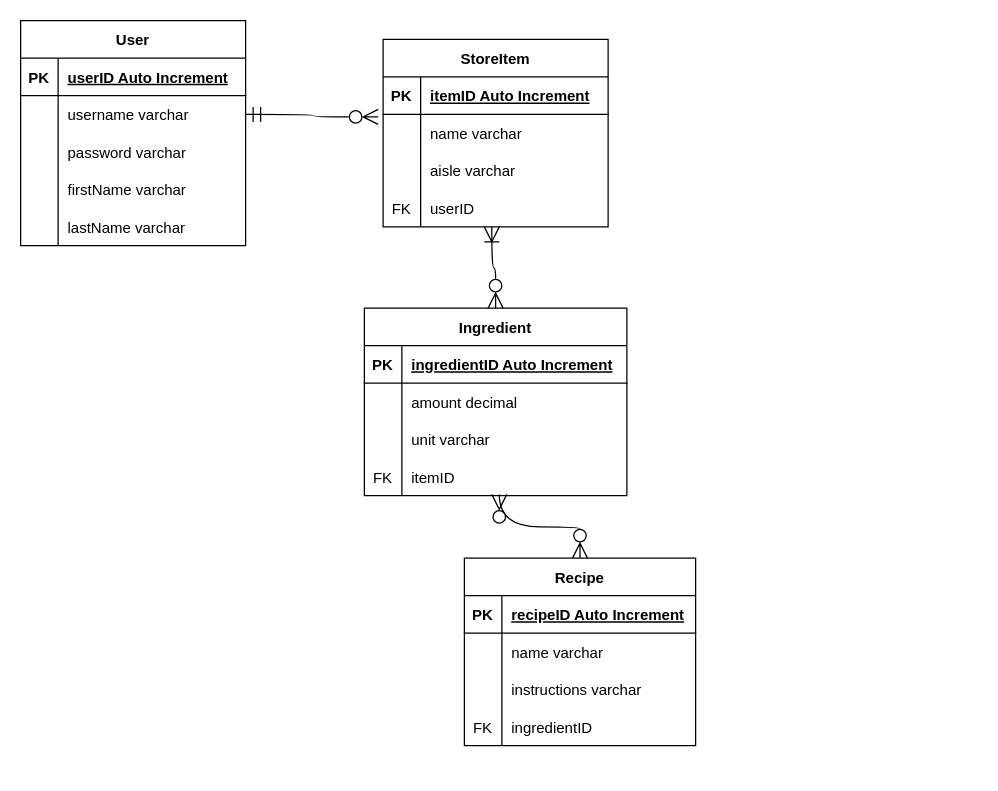
The draw.io diagram GBR ERD.drawio in squeekems/groceriesbyrecipe, before the edit. Source tidied: cells renumbered, new cells numbered last; positions are measured from the earlier drawing's top-left corner, leaving out a move shared by most shapes. Both pictures are drawn from the tidied source at 125%, with x=0, y=0 at pixel (20, 20).
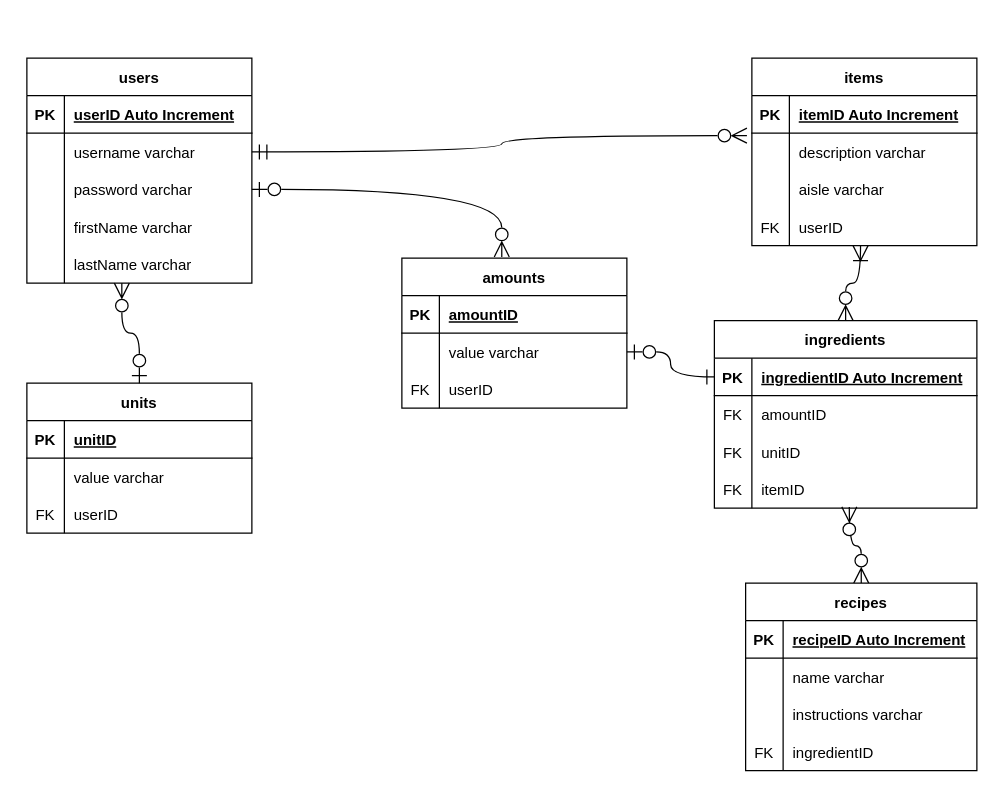
Above is the later version.

The change refers to these unchanged cells:
```xml
<mxCell id="9" style="shape=tableRow;horizontal=0;startSize=0;swimlaneHead=0;swimlaneBody=0;fillColor=none;points=[[0,0.5],[1,0.5]];portConstraint=eastwest;top=0;left=0;right=0;bottom=0;" parent="2" vertex="1">
  <mxGeometry y="90" width="180" height="30" as="geometry" />
</mxCell>
<mxCell id="15" style="shape=tableRow;horizontal=0;startSize=0;swimlaneHead=0;swimlaneBody=0;fillColor=none;points=[[0,0.5],[1,0.5]];portConstraint=eastwest;top=0;left=0;right=0;bottom=0;" parent="2" vertex="1">
  <mxGeometry y="150" width="180" height="30" as="geometry" />
</mxCell>
<mxCell id="24" style="shape=tableRow;horizontal=0;startSize=0;swimlaneHead=0;swimlaneBody=0;fillColor=none;points=[[0,0.5],[1,0.5]];portConstraint=eastwest;top=0;left=0;right=0;bottom=0;rounded=0;shadow=0;sketch=0;" parent="20" vertex="1">
  <mxGeometry y="60" width="180" height="30" as="geometry" />
</mxCell>
<mxCell id="36" style="shape=tableRow;horizontal=0;startSize=0;swimlaneHead=0;swimlaneBody=0;fillColor=none;points=[[0,0.5],[1,0.5]];portConstraint=eastwest;top=0;left=0;right=0;bottom=1;rounded=0;shadow=0;sketch=0;" parent="35" vertex="1">
  <mxGeometry y="30" width="210" height="30" as="geometry" />
</mxCell>
<mxCell id="39" style="shape=tableRow;horizontal=0;startSize=0;swimlaneHead=0;swimlaneBody=0;fillColor=none;top=0;left=0;right=0;bottom=0;rounded=0;shadow=0;sketch=0;" parent="35" vertex="1">
  <mxGeometry y="60" width="210" height="30" as="geometry" />
</mxCell>
<mxCell id="42" style="shape=tableRow;horizontal=0;startSize=0;swimlaneHead=0;swimlaneBody=0;fillColor=none;top=0;left=0;right=0;bottom=0;rounded=0;shadow=0;sketch=0;" parent="35" vertex="1">
  <mxGeometry y="90" width="210" height="30" as="geometry" />
</mxCell>
```

What changed in the source:
```diff
@@
-    <mxCell id="2" value="User" style="shape=table;startSize=30;childLayout=tableLayout;rowLines=0;fontStyle=1;align=center;rounded=0;shadow=0;sketch=0;fillColor=#FFFFFF;backgroundOutline=0;fillOpacity=100;strokeOpacity=100;noLabel=0;" parent="1" vertex="1">
-      <mxGeometry width="180" height="180" as="geometry" />
+    <mxCell id="2" value="users" style="shape=table;startSize=30;childLayout=tableLayout;rowLines=0;fontStyle=1;align=center;rounded=0;shadow=0;sketch=0;fillColor=#FFFFFF;backgroundOutline=0;fillOpacity=100;strokeOpacity=100;noLabel=0;" parent="1" vertex="1">
+      <mxGeometry x="5" y="30" width="180" height="180" as="geometry" />
     </mxCell>
@@
-    <mxCell id="20" value="StoreItem" style="shape=table;startSize=30;childLayout=tableLayout;rowLines=0;fontStyle=1;align=center;rounded=0;shadow=0;sketch=0;fillColor=#FFFFFF;" parent="1" vertex="1">
-      <mxGeometry x="290" y="15" width="180" height="150" as="geometry" />
+    <mxCell id="20" value="items" style="shape=table;startSize=30;childLayout=tableLayout;rowLines=0;fontStyle=1;align=center;rounded=0;shadow=0;sketch=0;fillColor=#FFFFFF;" parent="1" vertex="1">
+      <mxGeometry x="585" y="30" width="180" height="150" as="geometry" />
     </mxCell>
@@
-    <mxCell id="26" value="name varchar" style="shape=partialRectangle;fillColor=none;top=0;left=0;bottom=0;right=0;align=left;spacingLeft=6;overflow=hidden;rounded=0;shadow=0;sketch=0;" parent="24" vertex="1">
+    <mxCell id="26" value="description varchar" style="shape=partialRectangle;fillColor=none;top=0;left=0;bottom=0;right=0;align=left;spacingLeft=6;overflow=hidden;rounded=0;shadow=0;sketch=0;" parent="24" vertex="1">
       <mxGeometry x="30" width="150" height="30" as="geometry" />
     </mxCell>
@@
-    <mxCell id="35" value="Ingredient" style="shape=table;startSize=30;childLayout=tableLayout;rowLines=0;fontStyle=1;align=center;rounded=0;shadow=0;sketch=0;fillColor=#FFFFFF;" parent="1" vertex="1">
-      <mxGeometry x="275" y="230" width="210" height="150" as="geometry" />
+    <mxCell id="35" value="ingredients" style="shape=table;startSize=30;childLayout=tableLayout;rowLines=0;fontStyle=1;align=center;rounded=0;shadow=0;sketch=0;fillColor=#FFFFFF;" parent="1" vertex="1">
+      <mxGeometry x="555" y="240" width="210" height="150" as="geometry" />
     </mxCell>
@@
-    <mxCell id="40" style="shape=partialRectangle;fillColor=none;top=0;left=0;bottom=0;right=0;overflow=hidden;rounded=0;shadow=0;sketch=0;" parent="39" vertex="1">
+    <mxCell id="40" value="FK" style="shape=partialRectangle;fillColor=none;top=0;left=0;bottom=0;right=0;overflow=hidden;rounded=0;shadow=0;sketch=0;" parent="39" vertex="1">
       <mxGeometry width="30" height="30" as="geometry" />
     </mxCell>
-    <mxCell id="41" value="amount decimal" style="shape=partialRectangle;fillColor=none;top=0;left=0;bottom=0;right=0;align=left;spacingLeft=6;overflow=hidden;rounded=0;shadow=0;sketch=0;" parent="39" vertex="1">
+    <mxCell id="41" value="amountID" style="shape=partialRectangle;fillColor=none;top=0;left=0;bottom=0;right=0;align=left;spacingLeft=6;overflow=hidden;rounded=0;shadow=0;sketch=0;" parent="39" vertex="1">
       <mxGeometry x="30" width="180" height="30" as="geometry" />
     </mxCell>
@@
-    <mxCell id="43" style="shape=partialRectangle;fillColor=none;top=0;left=0;bottom=0;right=0;overflow=hidden;rounded=0;shadow=0;sketch=0;" parent="42" vertex="1">
+    <mxCell id="43" value="FK" style="shape=partialRectangle;fillColor=none;top=0;left=0;bottom=0;right=0;overflow=hidden;rounded=0;shadow=0;sketch=0;" parent="42" vertex="1">
       <mxGeometry width="30" height="30" as="geometry" />
     </mxCell>
-    <mxCell id="44" value="unit varchar" style="shape=partialRectangle;fillColor=none;top=0;left=0;bottom=0;right=0;align=left;spacingLeft=6;overflow=hidden;rounded=0;shadow=0;sketch=0;" parent="42" vertex="1">
+    <mxCell id="44" value="unitID" style="shape=partialRectangle;fillColor=none;top=0;left=0;bottom=0;right=0;align=left;spacingLeft=6;overflow=hidden;rounded=0;shadow=0;sketch=0;" parent="42" vertex="1">
       <mxGeometry x="30" width="180" height="30" as="geometry" />
     </mxCell>
@@
-    <mxCell id="49" value="Recipe" style="shape=table;startSize=30;childLayout=tableLayout;rowLines=0;fontStyle=1;align=center;rounded=0;shadow=0;sketch=0;fillColor=#FFFFFF;" parent="1" vertex="1">
-      <mxGeometry x="355" y="430" width="185" height="150" as="geometry" />
+    <mxCell id="49" value="recipes" style="shape=table;startSize=30;childLayout=tableLayout;rowLines=0;fontStyle=1;align=center;rounded=0;shadow=0;sketch=0;fillColor=#FFFFFF;" parent="1" vertex="1">
+      <mxGeometry x="580" y="450" width="185" height="150" as="geometry" />
     </mxCell>
@@
+    <mxCell id="62" value="amounts" style="shape=table;startSize=30;childLayout=tableLayout;rowLines=0;fontStyle=1;align=center;" parent="1" vertex="1">
+      <mxGeometry x="305" y="190" width="180" height="120" as="geometry" />
+    </mxCell>
+    <mxCell id="63" style="shape=tableRow;horizontal=0;startSize=0;swimlaneHead=0;swimlaneBody=0;fillColor=none;top=0;left=0;right=0;bottom=1;" parent="62" vertex="1">
+      <mxGeometry y="30" width="180" height="30" as="geometry" />
+    </mxCell>
+    <mxCell id="64" value="PK" style="shape=partialRectangle;fillColor=none;top=0;left=0;bottom=0;right=0;fontStyle=1;overflow=hidden;" parent="63" vertex="1">
+      <mxGeometry width="30" height="30" as="geometry" />
+    </mxCell>
+    <mxCell id="65" value="amountID" style="shape=partialRectangle;fillColor=none;top=0;left=0;bottom=0;right=0;align=left;spacingLeft=6;fontStyle=5;overflow=hidden;" parent="63" vertex="1">
+      <mxGeometry x="30" width="150" height="30" as="geometry" />
+    </mxCell>
+    <mxCell id="66" style="shape=tableRow;horizontal=0;startSize=0;swimlaneHead=0;swimlaneBody=0;fillColor=none;points=[[0,0.5],[1,0.5]];portConstraint=eastwest;top=0;left=0;right=0;bottom=0;" parent="62" vertex="1">
+      <mxGeometry y="60" width="180" height="30" as="geometry" />
+    </mxCell>
+    <mxCell id="67" style="shape=partialRectangle;fillColor=none;top=0;left=0;bottom=0;right=0;overflow=hidden;" parent="66" vertex="1">
+      <mxGeometry width="30" height="30" as="geometry" />
+    </mxCell>
+    <mxCell id="68" value="value varchar" style="shape=partialRectangle;fillColor=none;top=0;left=0;bottom=0;right=0;align=left;spacingLeft=6;overflow=hidden;" parent="66" vertex="1">
+      <mxGeometry x="30" width="150" height="30" as="geometry" />
+    </mxCell>
+    <mxCell id="69" style="shape=tableRow;horizontal=0;startSize=0;swimlaneHead=0;swimlaneBody=0;fillColor=none;top=0;left=0;right=0;bottom=0;" parent="62" vertex="1">
+      <mxGeometry y="90" width="180" height="30" as="geometry" />
+    </mxCell>
+    <mxCell id="70" value="FK" style="shape=partialRectangle;fillColor=none;top=0;left=0;bottom=0;right=0;overflow=hidden;" parent="69" vertex="1">
+      <mxGeometry width="30" height="30" as="geometry" />
+    </mxCell>
+    <mxCell id="71" value="userID" style="shape=partialRectangle;fillColor=none;top=0;left=0;bottom=0;right=0;align=left;spacingLeft=6;overflow=hidden;" parent="69" vertex="1">
+      <mxGeometry x="30" width="150" height="30" as="geometry" />
+    </mxCell>
+    <mxCell id="72" value="units" style="shape=table;startSize=30;childLayout=tableLayout;rowLines=0;fontStyle=1;align=center;" parent="1" vertex="1">
+      <mxGeometry x="5" y="290" width="180" height="120" as="geometry" />
+    </mxCell>
+    <mxCell id="73" style="shape=tableRow;horizontal=0;startSize=0;swimlaneHead=0;swimlaneBody=0;fillColor=none;top=0;left=0;right=0;bottom=1;" parent="72" vertex="1">
+      <mxGeometry y="30" width="180" height="30" as="geometry" />
+    </mxCell>
+    <mxCell id="74" value="PK" style="shape=partialRectangle;fillColor=none;top=0;left=0;bottom=0;right=0;fontStyle=1;overflow=hidden;" parent="73" vertex="1">
+      <mxGeometry width="30" height="30" as="geometry" />
+    </mxCell>
+    <mxCell id="75" value="unitID" style="shape=partialRectangle;fillColor=none;top=0;left=0;bottom=0;right=0;align=left;spacingLeft=6;fontStyle=5;overflow=hidden;" parent="73" vertex="1">
+      <mxGeometry x="30" width="150" height="30" as="geometry" />
+    </mxCell>
+    <mxCell id="76" style="shape=tableRow;horizontal=0;startSize=0;swimlaneHead=0;swimlaneBody=0;fillColor=none;top=0;left=0;right=0;bottom=0;" parent="72" vertex="1">
+      <mxGeometry y="60" width="180" height="30" as="geometry" />
+    </mxCell>
+    <mxCell id="77" style="shape=partialRectangle;fillColor=none;top=0;left=0;bottom=0;right=0;overflow=hidden;" parent="76" vertex="1">
+      <mxGeometry width="30" height="30" as="geometry" />
+    </mxCell>
+    <mxCell id="78" value="value varchar" style="shape=partialRectangle;fillColor=none;top=0;left=0;bottom=0;right=0;align=left;spacingLeft=6;overflow=hidden;" parent="76" vertex="1">
+      <mxGeometry x="30" width="150" height="30" as="geometry" />
+    </mxCell>
+    <mxCell id="79" style="shape=tableRow;horizontal=0;startSize=0;swimlaneHead=0;swimlaneBody=0;fillColor=none;top=0;left=0;right=0;bottom=0;" parent="72" vertex="1">
+      <mxGeometry y="90" width="180" height="30" as="geometry" />
+    </mxCell>
+    <mxCell id="80" value="FK" style="shape=partialRectangle;fillColor=none;top=0;left=0;bottom=0;right=0;overflow=hidden;" parent="79" vertex="1">
+      <mxGeometry width="30" height="30" as="geometry" />
+    </mxCell>
+    <mxCell id="81" value="userID" style="shape=partialRectangle;fillColor=none;top=0;left=0;bottom=0;right=0;align=left;spacingLeft=6;overflow=hidden;" parent="79" vertex="1">
+      <mxGeometry x="30" width="150" height="30" as="geometry" />
+    </mxCell>
+    <mxCell id="82" style="edgeStyle=orthogonalEdgeStyle;jettySize=auto;html=1;exitX=0.422;exitY=1;exitDx=0;exitDy=0;entryX=0.5;entryY=0;entryDx=0;entryDy=0;startArrow=ERzeroToMany;startFill=0;endArrow=ERzeroToOne;endFill=0;endSize=10;startSize=10;curved=1;exitPerimeter=0;" parent="1" edge="1" source="15" target="72">
+      <mxGeometry relative="1" as="geometry" />
+    </mxCell>
+    <mxCell id="83" style="edgeStyle=orthogonalEdgeStyle;curved=1;jettySize=auto;html=1;entryX=1;entryY=0.5;entryDx=0;entryDy=0;startArrow=ERone;startFill=0;endArrow=ERzeroToOne;endFill=0;startSize=10;endSize=10;exitX=0;exitY=0.5;exitDx=0;exitDy=0;" parent="1" edge="1" source="36" target="66">
+      <mxGeometry relative="1" as="geometry" />
+    </mxCell>
+    <mxCell id="84" style="edgeStyle=orthogonalEdgeStyle;jettySize=auto;html=1;exitX=0.444;exitY=-0.008;exitDx=0;exitDy=0;entryX=1;entryY=0.5;entryDx=0;entryDy=0;startArrow=ERzeroToMany;startFill=0;endArrow=ERzeroToOne;endFill=0;endSize=10;startSize=10;curved=1;exitPerimeter=0;" parent="1" edge="1" source="62" target="9">
+      <mxGeometry relative="1" as="geometry">
+        <Array as="points">
+          <mxPoint x="385" y="135" />
+        </Array>
+      </mxGeometry>
+    </mxCell>
```
